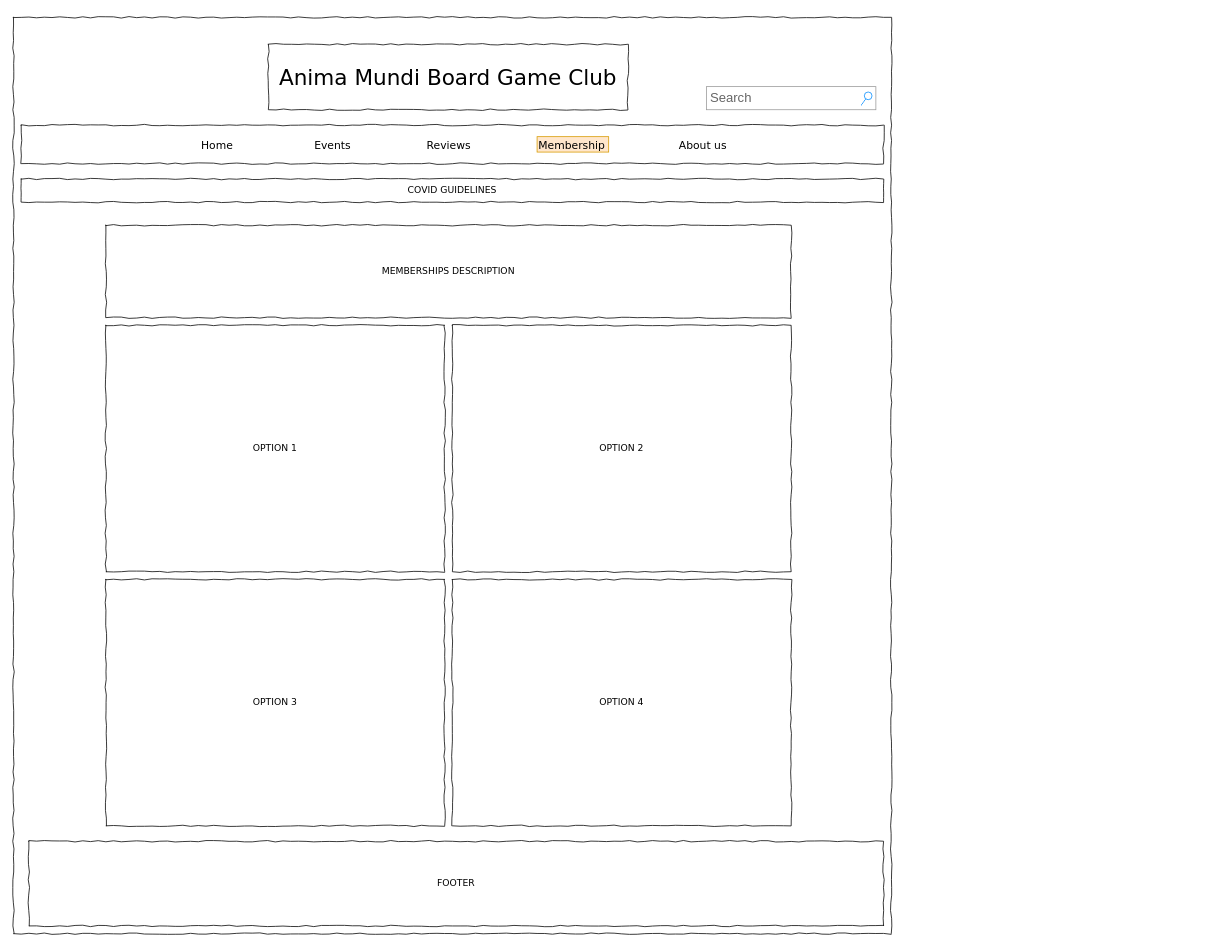
Before: page "Membership" (5 of 7) of Wireframes/Wireframes.drawio in m-binda/webdesign-final, a draw.io diagram. Source tidied: cells renumbered, new cells numbered last; positions are measured from the earlier drawing's top-left corner, leaving out a move shared by most shapes. Both pictures are drawn from the tidied source at 77%, with x=0, y=0 at pixel (13, 17).
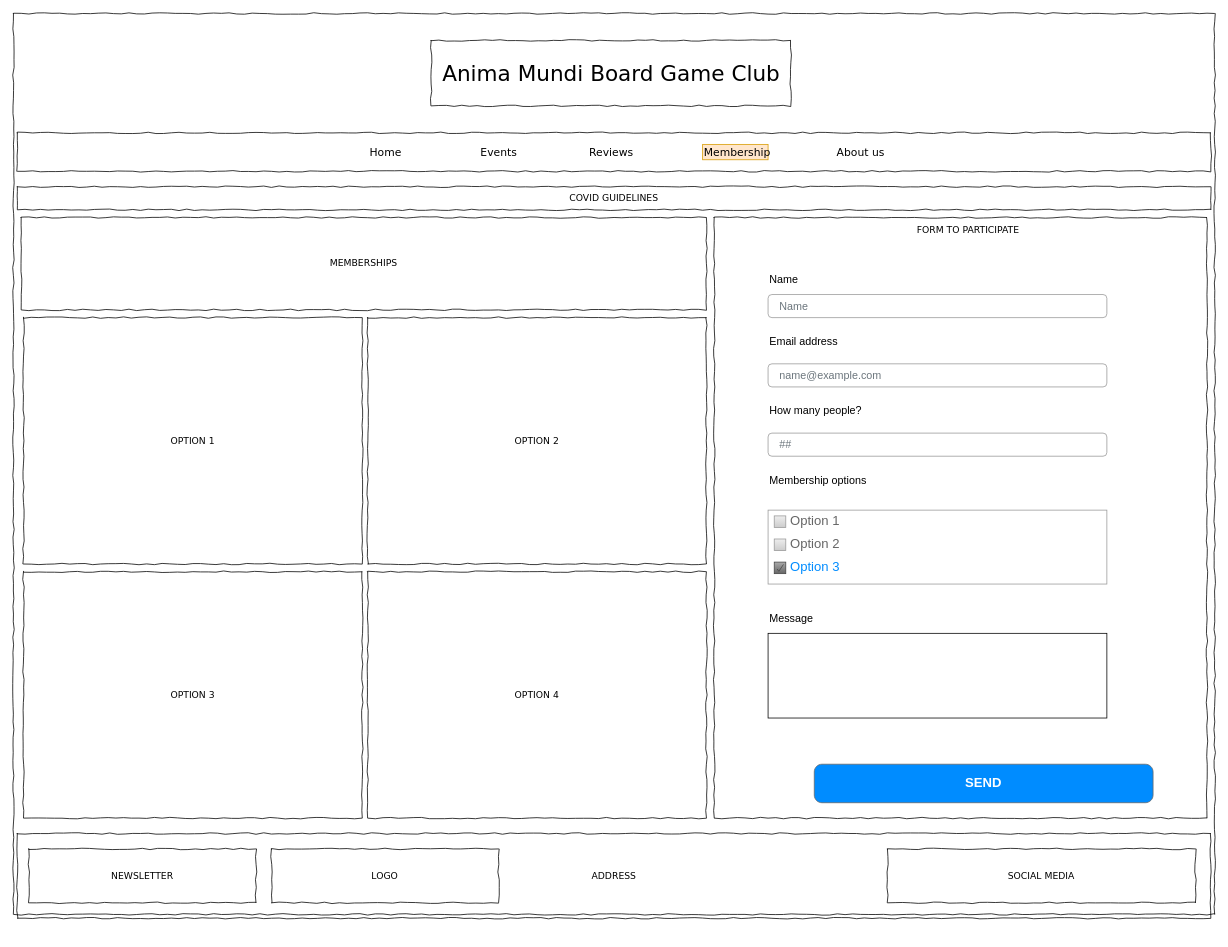
Above is the later version.

Commit message (it also covers changes not shown here):
Added larger screens wireframes and adjusted logo

Adjusted logo position in the footer for smaller screens.

The edit, as a diff of the source:
```diff
@@
     <mxCell id="2" style="whiteSpace=wrap;html=1;rounded=0;shadow=0;labelBackgroundColor=none;strokeColor=#000000;strokeWidth=1;fillColor=none;fontFamily=Verdana;fontSize=12;fontColor=#000000;align=center;comic=1;" parent="1" vertex="1">
-      <mxGeometry width="1140" height="1190" as="geometry" />
+      <mxGeometry y="-5" width="1560" height="1170" as="geometry" />
     </mxCell>
-    <mxCell id="3" value="Anima Mundi Board Game Club" style="whiteSpace=wrap;html=1;rounded=0;shadow=0;labelBackgroundColor=none;strokeWidth=1;fontFamily=Verdana;fontSize=28;align=center;comic=1;" parent="1" vertex="1">
-      <mxGeometry x="331" y="35" width="467" height="85" as="geometry" />
-    </mxCell>
-    <mxCell id="4" value="Search" style="strokeWidth=1;shadow=0;dashed=0;align=center;html=1;shape=mxgraph.mockup.forms.searchBox;strokeColor=#999999;mainText=;strokeColor2=#008cff;fontColor=#666666;fontSize=17;align=left;spacingLeft=3;rounded=0;labelBackgroundColor=none;comic=1;" parent="1" vertex="1">
-      <mxGeometry x="900" y="90" width="220" height="30" as="geometry" />
-    </mxCell>
-    <mxCell id="5" value="MEMBERSHIPS DESCRIPTION" style="whiteSpace=wrap;html=1;rounded=0;shadow=0;labelBackgroundColor=none;strokeWidth=1;fillColor=none;fontFamily=Verdana;fontSize=12;align=center;comic=1;" parent="1" vertex="1">
-      <mxGeometry x="120" y="270" width="890" height="120" as="geometry" />
+    <mxCell id="5" value="MEMBERSHIPS" style="whiteSpace=wrap;html=1;rounded=0;shadow=0;labelBackgroundColor=none;strokeWidth=1;fillColor=none;fontFamily=Verdana;fontSize=12;align=center;comic=1;" parent="1" vertex="1">
+      <mxGeometry x="10" y="260" width="890" height="120" as="geometry" />
     </mxCell>
-    <mxCell id="6" style="whiteSpace=wrap;html=1;rounded=0;shadow=0;labelBackgroundColor=none;strokeWidth=1;fillColor=none;fontFamily=Verdana;fontSize=12;align=center;comic=1;" parent="1" vertex="1">
-      <mxGeometry x="10" y="140" width="1120" height="50" as="geometry" />
-    </mxCell>
-    <mxCell id="7" value="Home" style="text;html=1;align=left;verticalAlign=top;spacingTop=-4;fontSize=14;fontFamily=Verdana;" parent="1" vertex="1">
-      <mxGeometry x="242" y="155" width="60" height="20" as="geometry" />
-    </mxCell>
-    <mxCell id="8" value="Events" style="text;html=1;align=left;verticalAlign=top;spacingTop=-4;fontSize=14;fontFamily=Verdana;" parent="1" vertex="1">
-      <mxGeometry x="389" y="155" width="60" height="20" as="geometry" />
-    </mxCell>
-    <mxCell id="9" value="Reviews" style="text;html=1;align=left;verticalAlign=top;spacingTop=-4;fontSize=14;fontFamily=Verdana;" parent="1" vertex="1">
-      <mxGeometry x="535" y="155" width="60" height="20" as="geometry" />
-    </mxCell>
-    <mxCell id="10" value="Membership" style="text;html=1;align=left;verticalAlign=top;spacingTop=-4;fontSize=14;fontFamily=Verdana;fillColor=#ffe6cc;strokeColor=#d79b00;" parent="1" vertex="1">
-      <mxGeometry x="680" y="155" width="93" height="20" as="geometry" />
-    </mxCell>
-    <mxCell id="11" value="FOOTER" style="whiteSpace=wrap;html=1;rounded=0;shadow=0;labelBackgroundColor=none;strokeWidth=1;fillColor=none;fontFamily=Verdana;fontSize=12;align=center;comic=1;" parent="1" vertex="1">
-      <mxGeometry x="20" y="1070" width="1110" height="110" as="geometry" />
-    </mxCell>
-    <mxCell id="12" value="COVID GUIDELINES" style="whiteSpace=wrap;html=1;rounded=0;shadow=0;labelBackgroundColor=none;strokeWidth=1;fillColor=none;fontFamily=Verdana;fontSize=12;align=center;comic=1;" parent="1" vertex="1">
-      <mxGeometry x="10" y="210" width="1120" height="30" as="geometry" />
-    </mxCell>
     <mxCell id="13" value="OPTION 1" style="whiteSpace=wrap;html=1;rounded=0;shadow=0;labelBackgroundColor=none;strokeWidth=1;fillColor=none;fontFamily=Verdana;fontSize=12;align=center;comic=1;" parent="1" vertex="1">
-      <mxGeometry x="120" y="400" width="440" height="320" as="geometry" />
+      <mxGeometry x="13" y="390" width="440" height="320" as="geometry" />
     </mxCell>
     <mxCell id="14" value="OPTION 2" style="whiteSpace=wrap;html=1;rounded=0;shadow=0;labelBackgroundColor=none;strokeWidth=1;fillColor=none;fontFamily=Verdana;fontSize=12;align=center;comic=1;" parent="1" vertex="1">
-      <mxGeometry x="570" y="400" width="440" height="320" as="geometry" />
+      <mxGeometry x="460" y="390" width="440" height="320" as="geometry" />
     </mxCell>
     <mxCell id="15" value="OPTION 3" style="whiteSpace=wrap;html=1;rounded=0;shadow=0;labelBackgroundColor=none;strokeWidth=1;fillColor=none;fontFamily=Verdana;fontSize=12;align=center;comic=1;" parent="1" vertex="1">
-      <mxGeometry x="120" y="730" width="440" height="320" as="geometry" />
+      <mxGeometry x="13" y="720" width="440" height="320" as="geometry" />
     </mxCell>
     <mxCell id="16" value="OPTION 4" style="whiteSpace=wrap;html=1;rounded=0;shadow=0;labelBackgroundColor=none;strokeWidth=1;fillColor=none;fontFamily=Verdana;fontSize=12;align=center;comic=1;" parent="1" vertex="1">
-      <mxGeometry x="570" y="730" width="440" height="320" as="geometry" />
+      <mxGeometry x="460" y="720" width="440" height="320" as="geometry" />
     </mxCell>
+    <mxCell id="18" value="FORM TO PARTICIPATE" style="whiteSpace=wrap;html=1;rounded=0;shadow=0;labelBackgroundColor=none;strokeWidth=1;fillColor=none;fontFamily=Verdana;fontSize=12;align=center;comic=1;spacingLeft=20;labelPosition=center;verticalLabelPosition=top;verticalAlign=bottom;spacing=-24;" parent="1" vertex="1">
+      <mxGeometry x="910" y="260" width="640" height="780" as="geometry" />
+    </mxCell>
+    <mxCell id="19" value="Name" style="fillColor=none;strokeColor=none;align=left;fontSize=14;" parent="1" vertex="1">
+      <mxGeometry x="980" y="320" width="260" height="40" as="geometry" />
+    </mxCell>
+    <mxCell id="20" value="Name" style="html=1;shadow=0;dashed=0;shape=mxgraph.bootstrap.rrect;rSize=5;fillColor=none;strokeColor=#999999;align=left;spacing=15;fontSize=14;fontColor=#6C767D;" parent="1" vertex="1">
+      <mxGeometry x="980" y="360" width="440" height="30" as="geometry" />
+    </mxCell>
+    <mxCell id="21" value="Membership options" style="fillColor=none;strokeColor=none;align=left;fontSize=14;" parent="1" vertex="1">
+      <mxGeometry x="980" y="580" width="260" height="40" as="geometry" />
+    </mxCell>
+    <mxCell id="22" value="SEND" style="strokeWidth=1;shadow=0;dashed=0;align=center;html=1;shape=mxgraph.mockup.buttons.button;strokeColor=#666666;fontColor=#ffffff;mainText=;buttonStyle=round;fontSize=17;fontStyle=1;fillColor=#008cff;whiteSpace=wrap;" parent="1" vertex="1">
+      <mxGeometry x="1040" y="970" width="440" height="50" as="geometry" />
+    </mxCell>
+    <mxCell id="23" style="strokeWidth=1;shadow=0;dashed=0;align=center;html=1;shape=mxgraph.mockup.forms.rrect;rSize=0;strokeColor=#999999;fillColor=#ffffff;fontSize=23;" parent="1" vertex="1">
+      <mxGeometry x="980" y="640" width="440" height="96" as="geometry" />
+    </mxCell>
+    <mxCell id="24" value="Option 1" style="strokeWidth=1;shadow=0;dashed=0;align=center;html=1;shape=mxgraph.mockup.forms.rrect;rSize=0;fillColor=#eeeeee;strokeColor=#999999;gradientColor=#cccccc;align=left;spacingLeft=4;fontSize=17;fontColor=#666666;labelPosition=right;" parent="23" vertex="1">
+      <mxGeometry x="8" y="7.5" width="15" height="15" as="geometry" />
+    </mxCell>
+    <mxCell id="25" value="Option 2" style="strokeWidth=1;shadow=0;dashed=0;align=center;html=1;shape=mxgraph.mockup.forms.rrect;rSize=0;fillColor=#eeeeee;strokeColor=#999999;gradientColor=#cccccc;align=left;spacingLeft=4;fontSize=17;fontColor=#666666;labelPosition=right;" parent="23" vertex="1">
+      <mxGeometry x="8" y="37.5" width="15" height="15" as="geometry" />
+    </mxCell>
+    <mxCell id="26" value="Option 3" style="strokeWidth=1;shadow=0;dashed=0;align=center;html=1;shape=mxgraph.mockup.forms.checkbox;rSize=0;fillColor=#aaaaaa;strokeColor=#444444;gradientColor=#666666;align=left;spacingLeft=4;fontSize=17;fontColor=#008cff;labelPosition=right;" parent="23" vertex="1">
+      <mxGeometry x="8" y="67.5" width="15" height="15" as="geometry" />
+    </mxCell>
+    <mxCell id="27" value="Email address" style="fillColor=none;strokeColor=none;align=left;fontSize=14;" parent="1" vertex="1">
+      <mxGeometry x="980" y="400" width="260" height="40" as="geometry" />
+    </mxCell>
+    <mxCell id="28" value="name@example.com" style="html=1;shadow=0;dashed=0;shape=mxgraph.bootstrap.rrect;rSize=5;fillColor=none;strokeColor=#999999;align=left;spacing=15;fontSize=14;fontColor=#6C767D;" parent="1" vertex="1">
+      <mxGeometry x="980" y="450" width="440" height="30" as="geometry" />
+    </mxCell>
+    <mxCell id="29" value="How many people?" style="fillColor=none;strokeColor=none;align=left;fontSize=14;" parent="1" vertex="1">
+      <mxGeometry x="980" y="490" width="260" height="40" as="geometry" />
+    </mxCell>
+    <mxCell id="30" value="##" style="html=1;shadow=0;dashed=0;shape=mxgraph.bootstrap.rrect;rSize=5;fillColor=none;strokeColor=#999999;align=left;spacing=15;fontSize=14;fontColor=#6C767D;" parent="1" vertex="1">
+      <mxGeometry x="980" y="540" width="440" height="30" as="geometry" />
+    </mxCell>
+    <mxCell id="31" value="ADDRESS" style="whiteSpace=wrap;html=1;rounded=0;shadow=0;labelBackgroundColor=none;strokeWidth=1;fillColor=none;fontFamily=Verdana;fontSize=12;align=center;comic=1;" parent="1" vertex="1">
+      <mxGeometry x="5" y="1060" width="1550" height="110" as="geometry" />
+    </mxCell>
+    <mxCell id="32" value="SOCIAL MEDIA" style="whiteSpace=wrap;html=1;rounded=0;shadow=0;labelBackgroundColor=none;strokeWidth=1;fillColor=none;fontFamily=Verdana;fontSize=12;align=center;comic=1;" parent="1" vertex="1">
+      <mxGeometry x="1135" y="1080" width="400" height="70" as="geometry" />
+    </mxCell>
+    <mxCell id="33" value="NEWSLETTER" style="whiteSpace=wrap;html=1;rounded=0;shadow=0;labelBackgroundColor=none;strokeWidth=1;fillColor=none;fontFamily=Verdana;fontSize=12;align=center;comic=1;" parent="1" vertex="1">
+      <mxGeometry x="20" y="1080" width="295" height="70" as="geometry" />
+    </mxCell>
+    <mxCell id="34" value="LOGO" style="whiteSpace=wrap;html=1;rounded=0;shadow=0;labelBackgroundColor=none;strokeWidth=1;fillColor=none;fontFamily=Verdana;fontSize=12;align=center;comic=1;" parent="1" vertex="1">
+      <mxGeometry x="335" y="1080" width="295" height="70" as="geometry" />
+    </mxCell>
+    <mxCell id="3" value="Anima Mundi Board Game Club" style="whiteSpace=wrap;html=1;rounded=0;shadow=0;labelBackgroundColor=none;strokeWidth=1;fontFamily=Verdana;fontSize=28;align=center;comic=1;" parent="1" vertex="1">
+      <mxGeometry x="542.5" y="30" width="467" height="85" as="geometry" />
+    </mxCell>
+    <mxCell id="35" style="whiteSpace=wrap;html=1;rounded=0;shadow=0;labelBackgroundColor=none;strokeWidth=1;fillColor=none;fontFamily=Verdana;fontSize=12;align=center;comic=1;" parent="1" vertex="1">
+      <mxGeometry x="5" y="150" width="1550" height="50" as="geometry" />
+    </mxCell>
+    <mxCell id="7" value="Home" style="text;html=1;align=center;verticalAlign=top;spacingTop=-4;fontSize=14;fontFamily=Verdana;" parent="1" vertex="1">
+      <mxGeometry x="453" y="165" width="60" height="20" as="geometry" />
+    </mxCell>
+    <mxCell id="8" value="Events" style="text;html=1;align=center;verticalAlign=top;spacingTop=-4;fontSize=14;fontFamily=Verdana;" parent="1" vertex="1">
+      <mxGeometry x="600" y="165" width="60" height="20" as="geometry" />
+    </mxCell>
+    <mxCell id="9" value="Reviews" style="text;html=1;align=left;verticalAlign=top;spacingTop=-4;fontSize=14;fontFamily=Verdana;" parent="1" vertex="1">
+      <mxGeometry x="746" y="165" width="60" height="20" as="geometry" />
+    </mxCell>
+    <mxCell id="12" value="COVID GUIDELINES" style="whiteSpace=wrap;html=1;rounded=0;shadow=0;labelBackgroundColor=none;strokeWidth=1;fillColor=none;fontFamily=Verdana;fontSize=12;align=center;comic=1;" parent="1" vertex="1">
+      <mxGeometry x="5" y="220" width="1550" height="30" as="geometry" />
+    </mxCell>
     <mxCell id="17" value="About us" style="text;html=1;align=center;verticalAlign=top;spacingTop=-4;fontSize=14;fontFamily=Verdana;" parent="1" vertex="1">
-      <mxGeometry x="860" y="155" width="70" height="20" as="geometry" />
+      <mxGeometry x="1065" y="165" width="70" height="20" as="geometry" />
     </mxCell>
+    <mxCell id="10" value="Membership" style="text;html=1;align=left;verticalAlign=top;spacingTop=-4;fontSize=14;fontFamily=Verdana;fillColor=#ffe6cc;strokeColor=#d79b00;" parent="1" vertex="1">
+      <mxGeometry x="895" y="165" width="85" height="20" as="geometry" />
+    </mxCell>
+    <mxCell id="36" value="Message" style="fillColor=none;strokeColor=none;align=left;fontSize=14;" parent="1" vertex="1">
+      <mxGeometry x="980" y="760" width="260" height="40" as="geometry" />
+    </mxCell>
+    <mxCell id="37" style="rounded=0;whiteSpace=wrap;html=1;" parent="1" vertex="1">
+      <mxGeometry x="980" y="800" width="440" height="110" as="geometry" />
+    </mxCell>
```
